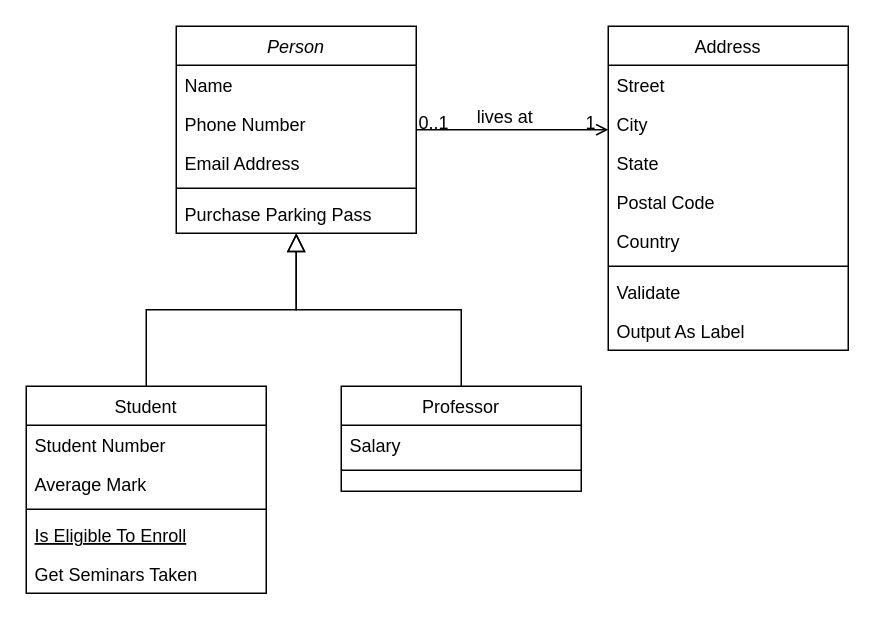
Before: Diagram Tanpa Judul.drawio in davamoreno/Smart-Source-Back-End, a draw.io diagram. Source tidied: cells renumbered, new cells numbered last; positions are measured from the earlier drawing's top-left corner, leaving out a move shared by most shapes. Both pictures are drawn from the tidied source at 150%, with x=0, y=0 at pixel (26, 26).
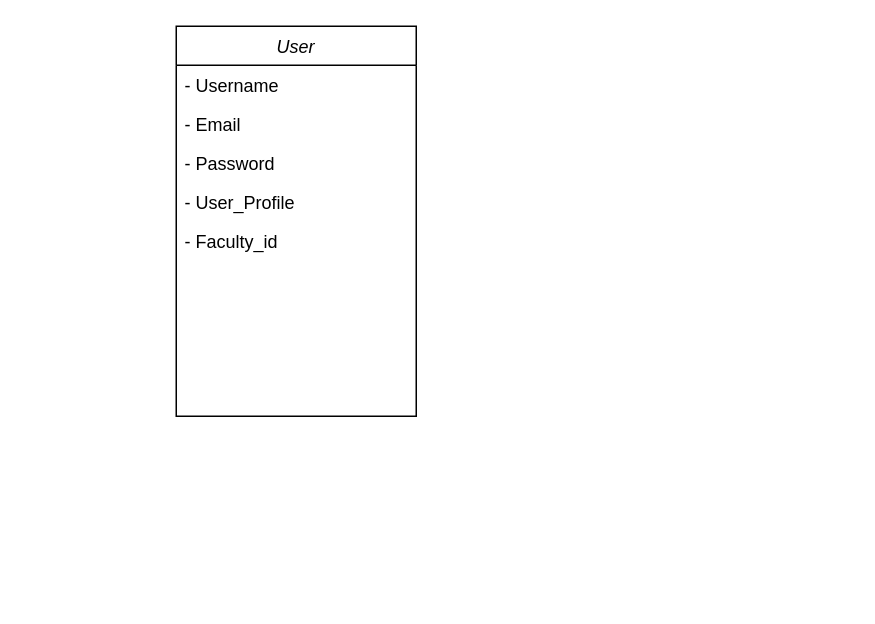
The same diagram, later.

Commit message:
class diagram

Change to the diagram source:
```diff
@@
-    <mxCell id="2" value="Person" style="swimlane;fontStyle=2;align=center;verticalAlign=top;horizontal=1;startSize=26;rounded=0;shadow=0;strokeWidth=1;" parent="1" vertex="1">
-      <mxGeometry x="100" width="160" height="138" as="geometry" />
+    <mxCell id="2" value="User" style="swimlane;fontStyle=2;align=center;verticalAlign=top;horizontal=1;startSize=26;rounded=0;shadow=0;strokeWidth=1;" parent="1" vertex="1">
+      <mxGeometry x="100" width="160" height="260" as="geometry" />
     </mxCell>
-    <mxCell id="3" value="Name" style="text;align=left;verticalAlign=top;spacingLeft=4;spacingRight=4;overflow=hidden;" parent="2" vertex="1">
+    <mxCell id="3" value="- Username" style="text;align=left;verticalAlign=top;spacingLeft=4;spacingRight=4;overflow=hidden;" parent="2" vertex="1">
       <mxGeometry y="26" width="160" height="26" as="geometry" />
     </mxCell>
-    <mxCell id="4" value="Phone Number" style="text;align=left;verticalAlign=top;spacingLeft=4;spacingRight=4;overflow=hidden;rounded=0;shadow=0;html=0;" parent="2" vertex="1">
+    <mxCell id="4" value="- Email&#10;" style="text;align=left;verticalAlign=top;spacingLeft=4;spacingRight=4;overflow=hidden;rounded=0;shadow=0;html=0;" parent="2" vertex="1">
       <mxGeometry y="52" width="160" height="26" as="geometry" />
     </mxCell>
-    <mxCell id="5" value="Email Address" style="text;align=left;verticalAlign=top;spacingLeft=4;spacingRight=4;overflow=hidden;rounded=0;shadow=0;html=0;" parent="2" vertex="1">
+    <mxCell id="5" value="- Password&#10;" style="text;align=left;verticalAlign=top;spacingLeft=4;spacingRight=4;overflow=hidden;rounded=0;shadow=0;html=0;" parent="2" vertex="1">
       <mxGeometry y="78" width="160" height="26" as="geometry" />
     </mxCell>
-    <mxCell id="6" style="line;html=1;strokeWidth=1;align=left;verticalAlign=middle;spacingTop=-1;spacingLeft=3;spacingRight=3;labelPosition=right;" parent="2" vertex="1">
-      <mxGeometry y="104" width="160" height="8" as="geometry" />
-    </mxCell>
-    <mxCell id="7" value="Purchase Parking Pass" style="text;align=left;verticalAlign=top;spacingLeft=4;spacingRight=4;overflow=hidden;" parent="2" vertex="1">
-      <mxGeometry y="112" width="160" height="26" as="geometry" />
-    </mxCell>
-    <mxCell id="8" value="Student" style="swimlane;fontStyle=0;align=center;verticalAlign=top;horizontal=1;startSize=26;rounded=0;shadow=0;strokeWidth=1;" parent="1" vertex="1">
-      <mxGeometry y="240" width="160" height="138" as="geometry" />
-    </mxCell>
-    <mxCell id="9" value="Student Number" style="text;align=left;verticalAlign=top;spacingLeft=4;spacingRight=4;overflow=hidden;" parent="8" vertex="1">
-      <mxGeometry y="26" width="160" height="26" as="geometry" />
-    </mxCell>
-    <mxCell id="10" value="Average Mark" style="text;align=left;verticalAlign=top;spacingLeft=4;spacingRight=4;overflow=hidden;rounded=0;shadow=0;html=0;" parent="8" vertex="1">
-      <mxGeometry y="52" width="160" height="26" as="geometry" />
-    </mxCell>
-    <mxCell id="11" style="line;html=1;strokeWidth=1;align=left;verticalAlign=middle;spacingTop=-1;spacingLeft=3;spacingRight=3;labelPosition=right;" parent="8" vertex="1">
-      <mxGeometry y="78" width="160" height="8" as="geometry" />
-    </mxCell>
-    <mxCell id="12" value="Is Eligible To Enroll" style="text;align=left;verticalAlign=top;spacingLeft=4;spacingRight=4;overflow=hidden;fontStyle=4;" parent="8" vertex="1">
-      <mxGeometry y="86" width="160" height="26" as="geometry" />
-    </mxCell>
-    <mxCell id="13" value="Get Seminars Taken" style="text;align=left;verticalAlign=top;spacingLeft=4;spacingRight=4;overflow=hidden;" parent="8" vertex="1">
-      <mxGeometry y="112" width="160" height="26" as="geometry" />
-    </mxCell>
-    <mxCell id="14" style="endArrow=block;endSize=10;endFill=0;shadow=0;strokeWidth=1;rounded=0;curved=0;edgeStyle=elbowEdgeStyle;elbow=vertical;" parent="1" edge="1" source="8" target="2">
-      <mxGeometry relative="1" as="geometry" />
-    </mxCell>
-    <mxCell id="15" value="Professor" style="swimlane;fontStyle=0;align=center;verticalAlign=top;horizontal=1;startSize=26;rounded=0;shadow=0;strokeWidth=1;" parent="1" vertex="1">
-      <mxGeometry x="210" y="240" width="160" height="70" as="geometry" />
-    </mxCell>
-    <mxCell id="16" value="Salary" style="text;align=left;verticalAlign=top;spacingLeft=4;spacingRight=4;overflow=hidden;" parent="15" vertex="1">
-      <mxGeometry y="26" width="160" height="26" as="geometry" />
-    </mxCell>
-    <mxCell id="17" style="line;html=1;strokeWidth=1;align=left;verticalAlign=middle;spacingTop=-1;spacingLeft=3;spacingRight=3;labelPosition=right;" parent="15" vertex="1">
-      <mxGeometry y="52" width="160" height="8" as="geometry" />
-    </mxCell>
-    <mxCell id="18" style="endArrow=block;endSize=10;endFill=0;shadow=0;strokeWidth=1;rounded=0;curved=0;edgeStyle=elbowEdgeStyle;elbow=vertical;" parent="1" edge="1" source="15" target="2">
-      <mxGeometry relative="1" as="geometry" />
-    </mxCell>
-    <mxCell id="19" value="Address" style="swimlane;fontStyle=0;align=center;verticalAlign=top;horizontal=1;startSize=26;rounded=0;shadow=0;strokeWidth=1;" parent="1" vertex="1">
-      <mxGeometry x="388" width="160" height="216" as="geometry" />
-    </mxCell>
-    <mxCell id="20" value="Street" style="text;align=left;verticalAlign=top;spacingLeft=4;spacingRight=4;overflow=hidden;" parent="19" vertex="1">
-      <mxGeometry y="26" width="160" height="26" as="geometry" />
-    </mxCell>
-    <mxCell id="21" value="City" style="text;align=left;verticalAlign=top;spacingLeft=4;spacingRight=4;overflow=hidden;rounded=0;shadow=0;html=0;" parent="19" vertex="1">
-      <mxGeometry y="52" width="160" height="26" as="geometry" />
-    </mxCell>
-    <mxCell id="22" value="State" style="text;align=left;verticalAlign=top;spacingLeft=4;spacingRight=4;overflow=hidden;rounded=0;shadow=0;html=0;" parent="19" vertex="1">
-      <mxGeometry y="78" width="160" height="26" as="geometry" />
-    </mxCell>
-    <mxCell id="23" value="Postal Code" style="text;align=left;verticalAlign=top;spacingLeft=4;spacingRight=4;overflow=hidden;rounded=0;shadow=0;html=0;" parent="19" vertex="1">
-      <mxGeometry y="104" width="160" height="26" as="geometry" />
-    </mxCell>
-    <mxCell id="24" value="Country" style="text;align=left;verticalAlign=top;spacingLeft=4;spacingRight=4;overflow=hidden;rounded=0;shadow=0;html=0;" parent="19" vertex="1">
-      <mxGeometry y="130" width="160" height="26" as="geometry" />
-    </mxCell>
-    <mxCell id="25" style="line;html=1;strokeWidth=1;align=left;verticalAlign=middle;spacingTop=-1;spacingLeft=3;spacingRight=3;labelPosition=right;" parent="19" vertex="1">
-      <mxGeometry y="156" width="160" height="8" as="geometry" />
-    </mxCell>
-    <mxCell id="26" value="Validate" style="text;align=left;verticalAlign=top;spacingLeft=4;spacingRight=4;overflow=hidden;" parent="19" vertex="1">
-      <mxGeometry y="164" width="160" height="26" as="geometry" />
-    </mxCell>
-    <mxCell id="27" value="Output As Label" style="text;align=left;verticalAlign=top;spacingLeft=4;spacingRight=4;overflow=hidden;" parent="19" vertex="1">
-      <mxGeometry y="190" width="160" height="26" as="geometry" />
-    </mxCell>
-    <mxCell id="28" style="endArrow=open;shadow=0;strokeWidth=1;rounded=0;curved=0;endFill=1;edgeStyle=elbowEdgeStyle;elbow=vertical;" parent="1" edge="1" source="2" target="19">
-      <mxGeometry x="0.5" y="41" relative="1" as="geometry">
-        <mxPoint x="-40" y="32" as="offset" />
-      </mxGeometry>
-    </mxCell>
-    <mxCell id="29" value="0..1" style="align=left;verticalAlign=bottom;labelBackgroundColor=none;fontSize=12;" parent="28" vertex="1">
-      <mxGeometry x="-1" relative="1" as="geometry">
-        <mxPoint y="4" as="offset" />
-      </mxGeometry>
-    </mxCell>
-    <mxCell id="30" value="1" style="align=right;verticalAlign=bottom;labelBackgroundColor=none;fontSize=12;" parent="28" vertex="1">
-      <mxGeometry x="1" relative="1" as="geometry">
-        <mxPoint x="-7" y="4" as="offset" />
-      </mxGeometry>
-    </mxCell>
-    <mxCell id="31" value="lives at" style="text;html=1;align=center;verticalAlign=middle;labelBackgroundColor=none;rounded=0;shadow=0;strokeWidth=1;fontSize=12;" parent="28" vertex="1">
-      <mxGeometry x="0.5" y="49" relative="1" as="geometry">
-        <mxPoint x="-38" y="40" as="offset" />
-      </mxGeometry>
-    </mxCell>
+    <mxCell id="32" value="- User_Profile" style="text;align=left;verticalAlign=top;spacingLeft=4;spacingRight=4;overflow=hidden;rounded=0;shadow=0;html=0;" parent="2" vertex="1">
+      <mxGeometry y="104" width="160" height="26" as="geometry" />
+    </mxCell>
+    <mxCell id="33" value="- Faculty_id" style="text;align=left;verticalAlign=top;spacingLeft=4;spacingRight=4;overflow=hidden;rounded=0;shadow=0;html=0;" parent="2" vertex="1">
+      <mxGeometry y="130" width="160" height="26" as="geometry" />
+    </mxCell>
```
